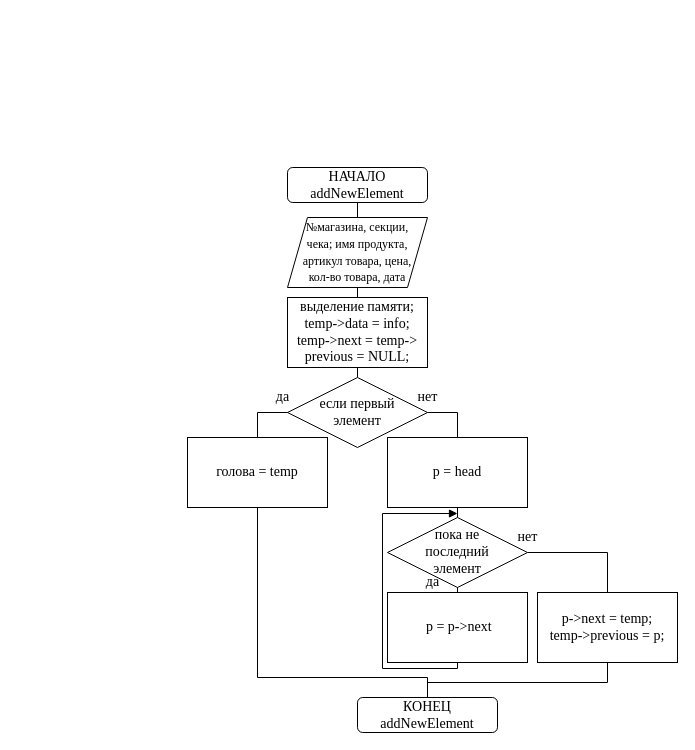
Earlier version of the draw.io diagram page "addNewElement" (5 of 27) of 3_Sem/Algorithmization_and_programming/Coursework/docs/schemes/1.drawio (Khrommi69/SevSU_IS). Source tidied: cells renumbered, new cells numbered last; positions are measured from the earlier drawing's top-left corner, leaving out a move shared by most shapes. Both pictures are drawn from the tidied source at 100%, with x=0, y=0 at pixel (187, 167).
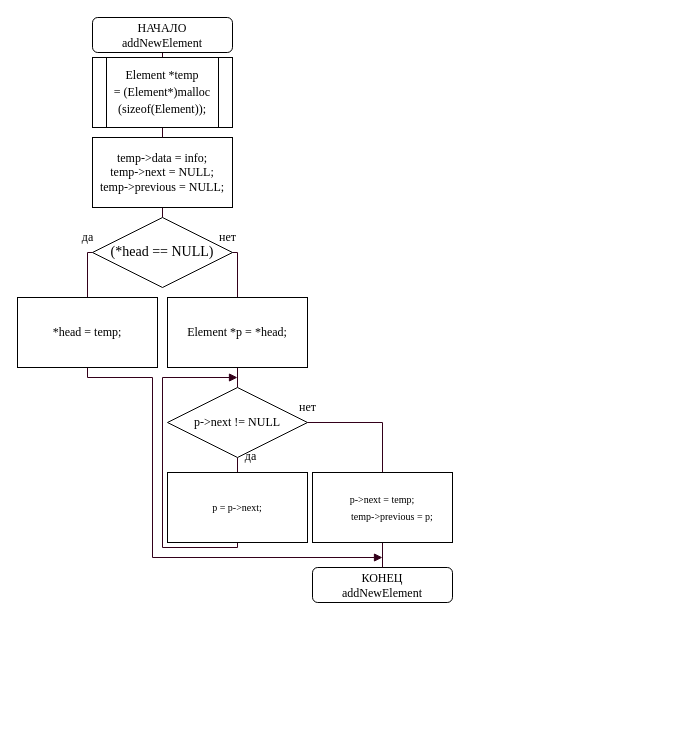
The same page after the edit.

Change to the diagram source:
```diff
@@
-    <mxCell id="0" />
-    <mxCell id="1" parent="0" />
-    <mxCell id="2" style="edgeStyle=orthogonalEdgeStyle;rounded=0;jettySize=auto;html=1;exitX=0.5;exitY=1;exitDx=0;exitDy=0;entryX=0.5;entryY=0;entryDx=0;entryDy=0;endArrow=none;endFill=0;" parent="1" edge="1" source="3" target="6">
-      <mxGeometry relative="1" as="geometry" />
-    </mxCell>
+    <mxCell id="27" />
+    <mxCell id="28" parent="27" />
+    <mxCell id="29" style="edgeStyle=orthogonalEdgeStyle;rounded=0;jumpStyle=sharp;jettySize=auto;html=1;exitX=0.5;exitY=1;exitDx=0;exitDy=0;entryX=0.5;entryY=0;entryDx=0;entryDy=0;shadow=0;startArrow=none;startFill=0;endArrow=none;endFill=0;strokeColor=#33001A;" parent="28" edge="1" source="3" target="33">
+      <mxGeometry relative="1" as="geometry" />
+    </mxCell>
-    <mxCell id="3" value="&lt;span style=&quot;font-family: &amp;#34;times new roman&amp;#34; ; font-size: 14px&quot;&gt;НАЧАЛО&lt;br&gt;&lt;/span&gt;&lt;font face=&quot;times new roman&quot;&gt;&lt;span style=&quot;font-size: 14px&quot;&gt;addNewElement&lt;/span&gt;&lt;/font&gt;" style="rounded=1;whiteSpace=wrap;html=1;" parent="1" vertex="1">
-      <mxGeometry x="100" width="140" height="35" as="geometry" />
+    <mxCell id="3" value="&lt;font&gt;&lt;font face=&quot;times new roman&quot;&gt;НАЧАЛО&lt;/font&gt;&lt;br&gt;&lt;font face=&quot;times new roman&quot;&gt;addNewElement&lt;/font&gt;&lt;br&gt;&lt;/font&gt;" style="rounded=1;whiteSpace=wrap;html=1;" parent="28" vertex="1">
+      <mxGeometry x="-95" y="-150" width="140" height="35" as="geometry" />
     </mxCell>
-    <mxCell id="4" value="&lt;span style=&quot;font-family: &amp;#34;times new roman&amp;#34; ; font-size: 14px&quot;&gt;КОНЕЦ&lt;br&gt;&lt;/span&gt;&lt;font face=&quot;times new roman&quot;&gt;&lt;span style=&quot;font-size: 14px&quot;&gt;addNewElement&lt;/span&gt;&lt;/font&gt;" style="rounded=1;whiteSpace=wrap;html=1;" parent="1" vertex="1">
-      <mxGeometry x="170" y="530" width="140" height="35" as="geometry" />
+    <mxCell id="4" value="&lt;font&gt;&lt;font face=&quot;times new roman&quot;&gt;КОНЕЦ&lt;/font&gt;&lt;br&gt;&lt;font face=&quot;times new roman&quot;&gt;addNewElement&lt;/font&gt;&lt;br&gt;&lt;/font&gt;" style="rounded=1;whiteSpace=wrap;html=1;" parent="28" vertex="1">
+      <mxGeometry x="125" y="400" width="140" height="35" as="geometry" />
     </mxCell>
-    <mxCell id="5" style="edgeStyle=orthogonalEdgeStyle;rounded=0;jettySize=auto;html=1;exitX=0.5;exitY=1;exitDx=0;exitDy=0;entryX=0.5;entryY=0;entryDx=0;entryDy=0;endArrow=none;endFill=0;" parent="1" edge="1" source="6" target="8">
-      <mxGeometry relative="1" as="geometry" />
-    </mxCell>
-    <mxCell id="6" value="&lt;blockquote style=&quot;margin: 0 0 0 40px ; border: none ; padding: 0px&quot;&gt;&lt;/blockquote&gt;&lt;font style=&quot;font-size: 12px&quot;&gt;&lt;span&gt;№магазина, секции,&lt;br&gt;чека; имя продукта, артикул товара, цена,&lt;br&gt;кол-во товара,&amp;nbsp;&lt;/span&gt;&lt;font style=&quot;font-size: 12px&quot;&gt;дата&lt;/font&gt;&lt;/font&gt;" style="shape=parallelogram;perimeter=parallelogramPerimeter;whiteSpace=wrap;html=1;fixedSize=1;strokeWidth=1;fontFamily=Times New Roman;fontSize=14;" parent="1" vertex="1">
-      <mxGeometry x="100" y="50" width="140" height="70" as="geometry" />
-    </mxCell>
-    <mxCell id="7" style="edgeStyle=orthogonalEdgeStyle;rounded=0;jettySize=auto;html=1;exitX=0.5;exitY=1;exitDx=0;exitDy=0;entryX=0.5;entryY=0;entryDx=0;entryDy=0;endArrow=none;endFill=0;" parent="1" edge="1" source="8" target="11">
-      <mxGeometry relative="1" as="geometry" />
-    </mxCell>
-    <mxCell id="8" value="выделение памяти;&lt;br&gt;&lt;div&gt;temp-&amp;gt;data = info;&lt;/div&gt;&lt;div&gt;&lt;span&gt;&#9;&lt;/span&gt;temp-&amp;gt;next =&amp;nbsp;&lt;span&gt;temp-&amp;gt;&lt;/span&gt;&lt;/div&gt;&lt;div&gt;&lt;span&gt;previous = NULL;&lt;/span&gt;&lt;/div&gt;" style="rounded=0;whiteSpace=wrap;html=1;strokeWidth=1;fontFamily=Times New Roman;fontSize=14;" parent="1" vertex="1">
-      <mxGeometry x="100" y="130" width="140" height="70" as="geometry" />
-    </mxCell>
-    <mxCell id="9" style="edgeStyle=orthogonalEdgeStyle;rounded=0;jettySize=auto;html=1;exitX=0;exitY=0.5;exitDx=0;exitDy=0;endArrow=none;endFill=0;entryX=0.5;entryY=0;entryDx=0;entryDy=0;" parent="1" edge="1" source="11" target="13">
-      <mxGeometry relative="1" as="geometry" />
-    </mxCell>
-    <mxCell id="10" style="edgeStyle=orthogonalEdgeStyle;rounded=0;jettySize=auto;html=1;exitX=1;exitY=0.5;exitDx=0;exitDy=0;entryX=0.5;entryY=0;entryDx=0;entryDy=0;endArrow=none;endFill=0;" parent="1" edge="1" source="11" target="17">
-      <mxGeometry relative="1" as="geometry" />
-    </mxCell>
-    <mxCell id="11" value="если первый&lt;br&gt;элемент" style="rhombus;whiteSpace=wrap;html=1;strokeWidth=1;fontFamily=Times New Roman;fontSize=14;" parent="1" vertex="1">
-      <mxGeometry x="100" y="210" width="140" height="70" as="geometry" />
-    </mxCell>
-    <mxCell id="12" style="edgeStyle=orthogonalEdgeStyle;rounded=0;jettySize=auto;html=1;exitX=0.5;exitY=1;exitDx=0;exitDy=0;entryX=0.5;entryY=0;entryDx=0;entryDy=0;endArrow=none;endFill=0;" parent="1" edge="1" source="13" target="4">
-      <mxGeometry relative="1" as="geometry">
-        <Array as="points">
-          <mxPoint x="70" y="510" />
-          <mxPoint x="240" y="510" />
-        </Array>
-      </mxGeometry>
-    </mxCell>
-    <mxCell id="13" value="голова = temp" style="rounded=0;whiteSpace=wrap;html=1;strokeWidth=1;fontFamily=Times New Roman;fontSize=14;" parent="1" vertex="1">
-      <mxGeometry y="270" width="140" height="70" as="geometry" />
-    </mxCell>
-    <mxCell id="14" value="да" style="text;html=1;align=center;verticalAlign=middle;fontSize=14;fontFamily=Times New Roman;" parent="1" vertex="1">
-      <mxGeometry x="80" y="220" width="30" height="20" as="geometry" />
-    </mxCell>
-    <mxCell id="15" value="нет" style="text;html=1;align=center;verticalAlign=middle;fontSize=14;fontFamily=Times New Roman;" parent="1" vertex="1">
-      <mxGeometry x="220" y="220" width="40" height="20" as="geometry" />
-    </mxCell>
-    <mxCell id="16" style="edgeStyle=orthogonalEdgeStyle;rounded=0;jettySize=auto;html=1;exitX=0.5;exitY=1;exitDx=0;exitDy=0;entryX=0.5;entryY=0;entryDx=0;entryDy=0;endArrow=none;endFill=0;" parent="1" edge="1" source="17" target="20">
-      <mxGeometry relative="1" as="geometry" />
-    </mxCell>
-    <mxCell id="17" value="p = head" style="rounded=0;whiteSpace=wrap;html=1;strokeWidth=1;fontFamily=Times New Roman;fontSize=14;" parent="1" vertex="1">
-      <mxGeometry x="200" y="270" width="140" height="70" as="geometry" />
-    </mxCell>
-    <mxCell id="18" style="edgeStyle=orthogonalEdgeStyle;rounded=0;jettySize=auto;html=1;exitX=0.5;exitY=1;exitDx=0;exitDy=0;endArrow=none;endFill=0;" parent="1" edge="1" source="20" target="22">
-      <mxGeometry relative="1" as="geometry" />
-    </mxCell>
-    <mxCell id="19" style="edgeStyle=orthogonalEdgeStyle;rounded=0;jettySize=auto;html=1;exitX=1;exitY=0.5;exitDx=0;exitDy=0;entryX=0.5;entryY=0;entryDx=0;entryDy=0;endArrow=none;endFill=0;" parent="1" edge="1" source="20" target="26">
-      <mxGeometry relative="1" as="geometry" />
-    </mxCell>
-    <mxCell id="20" value="пока не&lt;br&gt;последний&lt;br&gt;элемент" style="rhombus;whiteSpace=wrap;html=1;strokeWidth=1;fontFamily=Times New Roman;fontSize=14;" parent="1" vertex="1">
-      <mxGeometry x="200" y="350" width="140" height="70" as="geometry" />
-    </mxCell>
-    <mxCell id="21" style="edgeStyle=orthogonalEdgeStyle;rounded=0;jettySize=auto;html=1;exitX=0.5;exitY=1;exitDx=0;exitDy=0;endArrow=block;endFill=1;" parent="1" edge="1" source="22">
-      <mxGeometry relative="1" as="geometry">
-        <mxPoint x="270" y="346" as="targetPoint" />
-        <Array as="points">
-          <mxPoint x="270" y="501" />
-          <mxPoint x="195" y="501" />
-          <mxPoint x="195" y="346" />
-          <mxPoint x="270" y="346" />
-        </Array>
-      </mxGeometry>
-    </mxCell>
-    <mxCell id="22" value="&amp;nbsp;p = p-&amp;gt;next" style="rounded=0;whiteSpace=wrap;html=1;strokeWidth=1;fontFamily=Times New Roman;fontSize=14;" parent="1" vertex="1">
-      <mxGeometry x="200" y="425" width="140" height="70" as="geometry" />
-    </mxCell>
-    <mxCell id="23" value="да" style="text;html=1;align=center;verticalAlign=middle;fontSize=14;fontFamily=Times New Roman;" parent="1" vertex="1">
-      <mxGeometry x="230" y="405" width="30" height="20" as="geometry" />
-    </mxCell>
-    <mxCell id="24" value="нет" style="text;html=1;align=center;verticalAlign=middle;fontSize=14;fontFamily=Times New Roman;" parent="1" vertex="1">
-      <mxGeometry x="320" y="360" width="40" height="20" as="geometry" />
-    </mxCell>
-    <mxCell id="25" style="edgeStyle=orthogonalEdgeStyle;rounded=0;jettySize=auto;html=1;exitX=0.5;exitY=1;exitDx=0;exitDy=0;endArrow=none;endFill=0;" parent="1" edge="1" source="26">
-      <mxGeometry relative="1" as="geometry">
-        <mxPoint x="240" y="515" as="targetPoint" />
-        <Array as="points">
-          <mxPoint x="420" y="515" />
-          <mxPoint x="240" y="515" />
-        </Array>
-      </mxGeometry>
-    </mxCell>
+    <mxCell id="30" style="edgeStyle=orthogonalEdgeStyle;rounded=0;jumpStyle=sharp;jettySize=auto;html=1;exitX=0.5;exitY=1;exitDx=0;exitDy=0;entryX=0.5;entryY=0;entryDx=0;entryDy=0;shadow=0;startArrow=none;startFill=0;endArrow=none;endFill=0;strokeColor=#33001A;" parent="28" edge="1" source="31" target="36">
+      <mxGeometry relative="1" as="geometry" />
+    </mxCell>
+    <mxCell id="31" value="&lt;div style=&quot;font-size: 12px&quot;&gt;&lt;div&gt;temp-&amp;gt;data = info;&lt;/div&gt;&lt;div&gt;&lt;span&gt;&#9;&lt;/span&gt;temp-&amp;gt;next = NULL;&lt;/div&gt;&lt;div&gt;&lt;span&gt;&#9;&lt;/span&gt;temp-&amp;gt;previous = NULL;&lt;/div&gt;&lt;/div&gt;" style="rounded=0;whiteSpace=wrap;html=1;strokeWidth=1;fontFamily=Times New Roman;fontSize=14;" parent="28" vertex="1">
+      <mxGeometry x="-95" y="-30" width="140" height="70" as="geometry" />
+    </mxCell>
+    <mxCell id="32" style="edgeStyle=orthogonalEdgeStyle;rounded=0;jumpStyle=sharp;jettySize=auto;html=1;exitX=0.5;exitY=1;exitDx=0;exitDy=0;entryX=0.5;entryY=0;entryDx=0;entryDy=0;shadow=0;startArrow=none;startFill=0;endArrow=none;endFill=0;strokeColor=#33001A;" parent="28" edge="1" source="33" target="31">
+      <mxGeometry relative="1" as="geometry" />
+    </mxCell>
+    <mxCell id="33" value="&lt;font style=&quot;font-size: 12px&quot;&gt;Element *temp =&amp;nbsp;(Element*)malloc&lt;br&gt;(sizeof(Element));&lt;/font&gt;" style="shape=process;whiteSpace=wrap;html=1;backgroundOutline=1;strokeWidth=1;fontFamily=Times New Roman;fontSize=14;" parent="28" vertex="1">
+      <mxGeometry x="-95" y="-110" width="140" height="70" as="geometry" />
+    </mxCell>
+    <mxCell id="34" style="edgeStyle=orthogonalEdgeStyle;rounded=0;jumpStyle=sharp;jettySize=auto;html=1;exitX=0;exitY=0.5;exitDx=0;exitDy=0;entryX=0.5;entryY=0;entryDx=0;entryDy=0;shadow=0;startArrow=none;startFill=0;endArrow=none;endFill=0;strokeColor=#33001A;" parent="28" edge="1" source="36" target="39">
+      <mxGeometry relative="1" as="geometry">
+        <Array as="points">
+          <mxPoint x="-100" y="85" />
+        </Array>
+      </mxGeometry>
+    </mxCell>
+    <mxCell id="35" style="edgeStyle=orthogonalEdgeStyle;rounded=0;jumpStyle=sharp;jettySize=auto;html=1;exitX=1;exitY=0.5;exitDx=0;exitDy=0;entryX=0.5;entryY=0;entryDx=0;entryDy=0;shadow=0;startArrow=none;startFill=0;endArrow=none;endFill=0;strokeColor=#33001A;" parent="28" edge="1" source="36" target="41">
+      <mxGeometry relative="1" as="geometry">
+        <Array as="points">
+          <mxPoint x="50" y="85" />
+        </Array>
+      </mxGeometry>
+    </mxCell>
+    <mxCell id="36" value="(*head == NULL)" style="rhombus;whiteSpace=wrap;html=1;strokeWidth=1;fontFamily=Times New Roman;fontSize=14;" parent="28" vertex="1">
+      <mxGeometry x="-95" y="50" width="140" height="70" as="geometry" />
+    </mxCell>
+    <mxCell id="37" value="&lt;font style=&quot;font-size: 12px&quot;&gt;да&lt;/font&gt;" style="text;html=1;align=center;verticalAlign=middle;fontSize=14;fontFamily=Times New Roman;" parent="28" vertex="1">
+      <mxGeometry x="-115" y="60" width="30" height="20" as="geometry" />
+    </mxCell>
+    <mxCell id="38" style="edgeStyle=orthogonalEdgeStyle;rounded=0;jumpStyle=sharp;jettySize=auto;html=1;exitX=0.5;exitY=1;exitDx=0;exitDy=0;shadow=0;startArrow=none;startFill=0;endArrow=block;endFill=1;strokeColor=#33001A;" parent="28" edge="1" source="39">
+      <mxGeometry relative="1" as="geometry">
+        <mxPoint x="195" y="390" as="targetPoint" />
+        <Array as="points">
+          <mxPoint x="-100" y="210" />
+          <mxPoint x="-35" y="210" />
+          <mxPoint x="-35" y="390" />
+        </Array>
+      </mxGeometry>
+    </mxCell>
+    <mxCell id="39" value="&lt;font style=&quot;font-size: 12px&quot;&gt;*head = temp;&lt;/font&gt;" style="rounded=0;whiteSpace=wrap;html=1;strokeWidth=1;fontFamily=Times New Roman;fontSize=14;" parent="28" vertex="1">
+      <mxGeometry x="-170" y="130" width="140" height="70" as="geometry" />
+    </mxCell>
+    <mxCell id="40" style="edgeStyle=orthogonalEdgeStyle;rounded=0;jumpStyle=sharp;jettySize=auto;html=1;exitX=0.5;exitY=1;exitDx=0;exitDy=0;entryX=0.5;entryY=0;entryDx=0;entryDy=0;shadow=0;startArrow=none;startFill=0;endArrow=none;endFill=0;strokeColor=#33001A;" parent="28" edge="1" source="41" target="45">
+      <mxGeometry relative="1" as="geometry" />
+    </mxCell>
+    <mxCell id="41" value="&lt;font style=&quot;font-size: 12px&quot;&gt;Element *p = *head;&lt;/font&gt;" style="rounded=0;whiteSpace=wrap;html=1;strokeWidth=1;fontFamily=Times New Roman;fontSize=14;" parent="28" vertex="1">
+      <mxGeometry x="-20" y="130" width="140" height="70" as="geometry" />
+    </mxCell>
+    <mxCell id="42" value="&lt;font style=&quot;font-size: 12px&quot;&gt;нет&lt;/font&gt;" style="text;html=1;align=center;verticalAlign=middle;fontSize=14;fontFamily=Times New Roman;" parent="28" vertex="1">
+      <mxGeometry x="25" y="60" width="30" height="20" as="geometry" />
+    </mxCell>
+    <mxCell id="43" style="edgeStyle=orthogonalEdgeStyle;rounded=0;jumpStyle=sharp;jettySize=auto;html=1;exitX=0.5;exitY=1;exitDx=0;exitDy=0;entryX=0.5;entryY=0;entryDx=0;entryDy=0;shadow=0;startArrow=none;startFill=0;endArrow=none;endFill=0;strokeColor=#33001A;" parent="28" edge="1" source="45" target="47">
+      <mxGeometry relative="1" as="geometry" />
+    </mxCell>
+    <mxCell id="44" style="edgeStyle=orthogonalEdgeStyle;rounded=0;jumpStyle=sharp;jettySize=auto;html=1;exitX=1;exitY=0.5;exitDx=0;exitDy=0;shadow=0;startArrow=none;startFill=0;endArrow=none;endFill=0;strokeColor=#33001A;" parent="28" edge="1" source="45" target="26">
+      <mxGeometry relative="1" as="geometry" />
+    </mxCell>
+    <mxCell id="45" value="&lt;font style=&quot;font-size: 12px&quot;&gt;p-&amp;gt;next != NULL&lt;/font&gt;" style="rhombus;whiteSpace=wrap;html=1;strokeWidth=1;fontFamily=Times New Roman;fontSize=14;" parent="28" vertex="1">
+      <mxGeometry x="-20" y="220" width="140" height="70" as="geometry" />
+    </mxCell>
+    <mxCell id="46" style="edgeStyle=orthogonalEdgeStyle;rounded=0;jumpStyle=sharp;jettySize=auto;html=1;exitX=0.5;exitY=1;exitDx=0;exitDy=0;shadow=0;startArrow=none;startFill=0;endArrow=block;endFill=1;strokeColor=#33001A;" parent="28" edge="1" source="47">
+      <mxGeometry relative="1" as="geometry">
+        <mxPoint x="50" y="210" as="targetPoint" />
+        <Array as="points">
+          <mxPoint x="50" y="380" />
+          <mxPoint x="-25" y="380" />
+          <mxPoint x="-25" y="210" />
+        </Array>
+      </mxGeometry>
+    </mxCell>
+    <mxCell id="47" value="&lt;font size=&quot;1&quot;&gt;p = p-&amp;gt;next;&lt;/font&gt;" style="rounded=0;whiteSpace=wrap;html=1;strokeWidth=1;fontFamily=Times New Roman;fontSize=14;" parent="28" vertex="1">
+      <mxGeometry x="-20" y="305" width="140" height="70" as="geometry" />
+    </mxCell>
+    <mxCell id="48" value="&lt;font style=&quot;font-size: 12px&quot;&gt;да&lt;/font&gt;" style="text;html=1;align=center;verticalAlign=middle;fontSize=14;fontFamily=Times New Roman;" parent="28" vertex="1">
+      <mxGeometry x="48" y="279" width="30" height="20" as="geometry" />
+    </mxCell>
+    <mxCell id="49" style="edgeStyle=orthogonalEdgeStyle;rounded=0;jumpStyle=sharp;jettySize=auto;html=1;exitX=0.5;exitY=1;exitDx=0;exitDy=0;entryX=0.5;entryY=0;entryDx=0;entryDy=0;shadow=0;startArrow=none;startFill=0;endArrow=none;endFill=0;strokeColor=#33001A;" parent="28" edge="1" source="26" target="4">
+      <mxGeometry relative="1" as="geometry" />
+    </mxCell>
-    <mxCell id="26" value="&lt;div&gt;p-&amp;gt;next = temp;&lt;/div&gt;&lt;div&gt;&lt;span&gt;temp-&amp;gt;previous = p;&lt;/span&gt;&lt;/div&gt;" style="rounded=0;whiteSpace=wrap;html=1;strokeWidth=1;fontFamily=Times New Roman;fontSize=14;" parent="1" vertex="1">
-      <mxGeometry x="350" y="425" width="140" height="70" as="geometry" />
+    <mxCell id="26" value="&lt;div&gt;&lt;font size=&quot;1&quot;&gt;p-&amp;gt;next = temp;&lt;/font&gt;&lt;/div&gt;&lt;div&gt;&lt;font size=&quot;1&quot;&gt;&amp;nbsp; &amp;nbsp; &amp;nbsp; &amp;nbsp; temp-&amp;gt;previous = p;&lt;/font&gt;&lt;/div&gt;" style="rounded=0;whiteSpace=wrap;html=1;strokeWidth=1;fontFamily=Times New Roman;fontSize=14;" parent="28" vertex="1">
+      <mxGeometry x="125" y="305" width="140" height="70" as="geometry" />
     </mxCell>
+    <mxCell id="50" value="&lt;font style=&quot;font-size: 12px&quot;&gt;нет&lt;/font&gt;" style="text;html=1;align=center;verticalAlign=middle;fontSize=14;fontFamily=Times New Roman;" parent="28" vertex="1">
+      <mxGeometry x="105" y="230" width="30" height="20" as="geometry" />
+    </mxCell>
```
